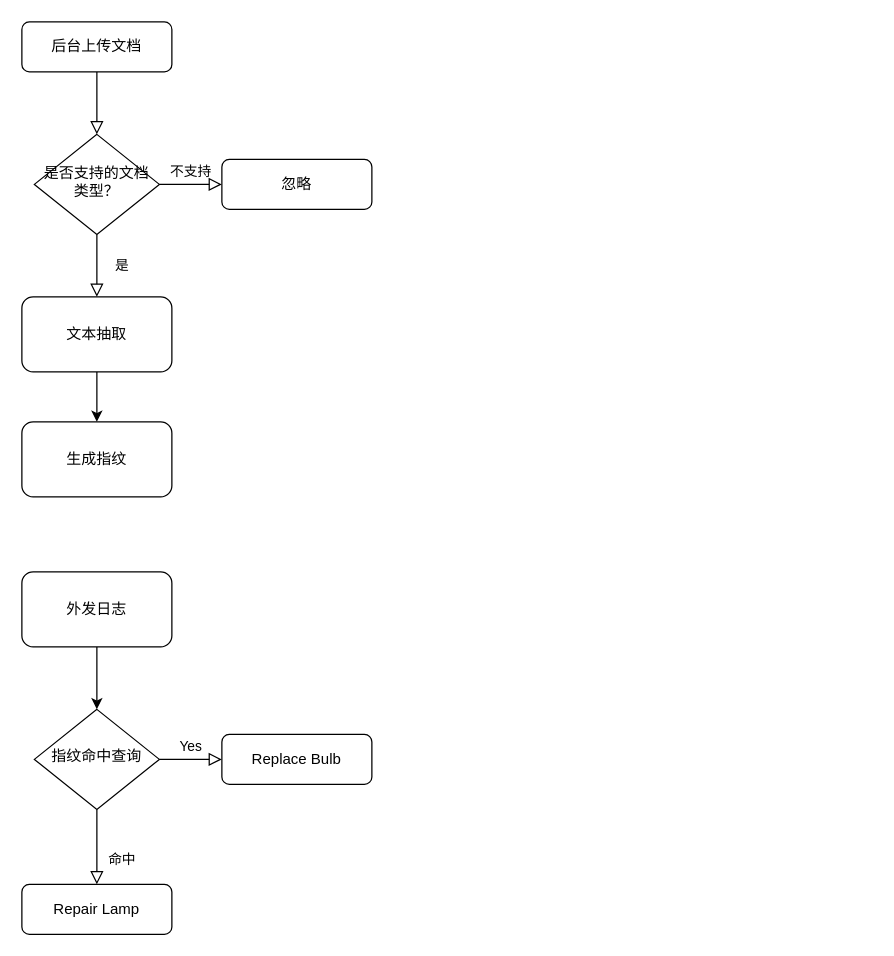
This is 文档指纹.drawio from luxiao/drawio, a draw.io file, before an edit. Source tidied: cells renumbered, new cells numbered last; positions are measured from the earlier drawing's top-left corner, leaving out a move shared by most shapes. Both pictures are drawn from the tidied source at 125%, with x=0, y=0 at pixel (21, 21).
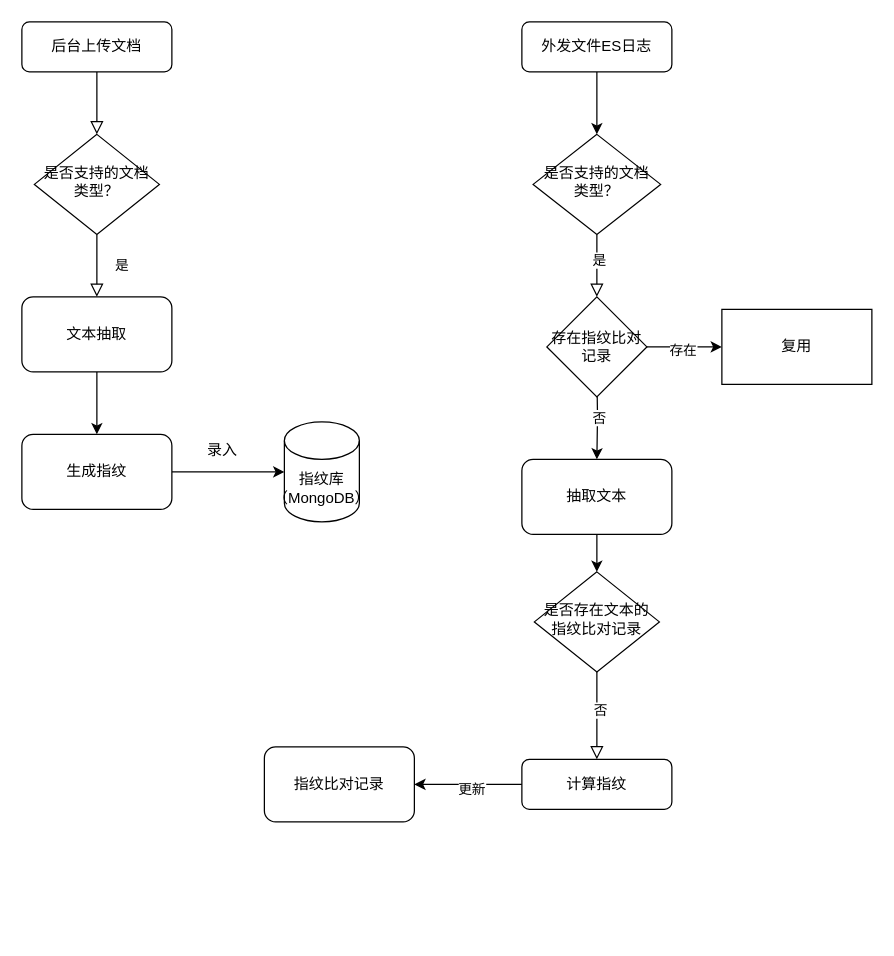
After the change.

Commit message:
更新文档指纹.drawio

The change refers to these unchanged cells:
```xml
<mxCell id="6" value="是否支持的文档类型？" style="rhombus;whiteSpace=wrap;html=1;shadow=0;fontFamily=Helvetica;fontSize=12;align=center;strokeWidth=1;spacing=6;spacingTop=-4;" parent="1" vertex="1">
  <mxGeometry x="10" y="90" width="100" height="80" as="geometry" />
</mxCell>
```

Change to the diagram source:
```diff
@@
-    <mxCell id="5" value="不支持" style="edgeStyle=orthogonalEdgeStyle;rounded=0;html=1;jettySize=auto;fontSize=11;endArrow=block;endFill=0;endSize=8;strokeWidth=1;shadow=0;labelBackgroundColor=none;" parent="1" edge="1" source="6" target="7">
-      <mxGeometry y="10" relative="1" as="geometry" />
-    </mxCell>
@@
-    <mxCell id="7" value="忽略" style="rounded=1;whiteSpace=wrap;html=1;fontSize=12;glass=0;strokeWidth=1;shadow=0;" parent="1" vertex="1">
-      <mxGeometry x="160" y="110" width="120" height="40" as="geometry" />
-    </mxCell>
-    <mxCell id="8" value="命中" style="rounded=0;html=1;jettySize=auto;fontSize=11;endArrow=block;endFill=0;endSize=8;strokeWidth=1;shadow=0;labelBackgroundColor=none;edgeStyle=orthogonalEdgeStyle;" parent="1" edge="1" source="10" target="11">
-      <mxGeometry x="0.33" y="20" relative="1" as="geometry" />
+    <mxCell id="8" style="rounded=0;html=1;jettySize=auto;fontSize=11;endArrow=block;endFill=0;endSize=8;strokeWidth=1;shadow=0;labelBackgroundColor=none;edgeStyle=orthogonalEdgeStyle;" parent="1" edge="1" source="10" target="11">
+      <mxGeometry x="0.34" y="20" relative="1" as="geometry" />
     </mxCell>
-    <mxCell id="9" value="Yes" style="edgeStyle=orthogonalEdgeStyle;rounded=0;html=1;jettySize=auto;fontSize=11;endArrow=block;endFill=0;endSize=8;strokeWidth=1;shadow=0;labelBackgroundColor=none;" parent="1" edge="1" source="10" target="12">
-      <mxGeometry y="10" relative="1" as="geometry" />
-    </mxCell>
+    <mxCell id="18" value="否" style="edgeLabel;html=1;align=center;verticalAlign=middle;" parent="8" vertex="1">
+      <mxGeometry x="-0.49" y="2" relative="1" as="geometry">
+        <mxPoint y="12" as="offset" />
+      </mxGeometry>
+    </mxCell>
-    <mxCell id="10" value="指纹命中查询" style="rhombus;whiteSpace=wrap;html=1;shadow=0;fontFamily=Helvetica;fontSize=12;align=center;strokeWidth=1;spacing=6;spacingTop=-4;" parent="1" vertex="1">
-      <mxGeometry x="10" y="550" width="100" height="80" as="geometry" />
+    <mxCell id="10" value="是否存在文本的指纹比对记录" style="rhombus;whiteSpace=wrap;html=1;shadow=0;fontFamily=Helvetica;fontSize=12;align=center;strokeWidth=1;spacing=6;spacingTop=-4;" parent="1" vertex="1">
+      <mxGeometry x="410" y="440" width="100" height="80" as="geometry" />
     </mxCell>
-    <mxCell id="11" value="Repair Lamp" style="rounded=1;whiteSpace=wrap;html=1;fontSize=12;glass=0;strokeWidth=1;shadow=0;" parent="1" vertex="1">
-      <mxGeometry y="690" width="120" height="40" as="geometry" />
+    <mxCell id="11" value="计算指纹" style="rounded=1;whiteSpace=wrap;html=1;fontSize=12;glass=0;strokeWidth=1;shadow=0;" parent="1" vertex="1">
+      <mxGeometry x="400" y="590" width="120" height="40" as="geometry" />
     </mxCell>
-    <mxCell id="12" value="Replace Bulb" style="rounded=1;whiteSpace=wrap;html=1;fontSize=12;glass=0;strokeWidth=1;shadow=0;" parent="1" vertex="1">
-      <mxGeometry x="160" y="570" width="120" height="40" as="geometry" />
-    </mxCell>
@@
+    <mxCell id="19" style="edgeStyle=orthogonalEdgeStyle;rounded=0;jettySize=auto;html=1;" parent="1" edge="1" source="15" target="23">
+      <mxGeometry relative="1" as="geometry" />
+    </mxCell>
+    <mxCell id="20" style="edgeStyle=orthogonalEdgeStyle;rounded=0;jettySize=auto;html=1;exitX=0;exitY=0.5;exitDx=0;exitDy=0;" parent="1" edge="1" source="11" target="35">
+      <mxGeometry relative="1" as="geometry" />
+    </mxCell>
+    <mxCell id="21" value="更新" style="edgeLabel;html=1;align=center;verticalAlign=middle;" parent="20" vertex="1">
+      <mxGeometry x="-0.05" y="3" relative="1" as="geometry" />
+    </mxCell>
     <mxCell id="15" value="生成指纹" style="rounded=1;whiteSpace=wrap;html=1;" parent="1" vertex="1">
-      <mxGeometry y="320" width="120" height="60" as="geometry" />
+      <mxGeometry y="330" width="120" height="60" as="geometry" />
     </mxCell>
-    <mxCell id="16" style="edgeStyle=orthogonalEdgeStyle;rounded=0;jettySize=auto;html=1;" parent="1" edge="1" source="17" target="10">
-      <mxGeometry relative="1" as="geometry" />
-    </mxCell>
+    <mxCell id="22" style="edgeStyle=orthogonalEdgeStyle;rounded=0;jettySize=auto;html=1;" parent="1" edge="1" source="17" target="26">
+      <mxGeometry relative="1" as="geometry" />
+    </mxCell>
-    <mxCell id="17" value="外发日志" style="rounded=1;whiteSpace=wrap;html=1;" parent="1" vertex="1">
-      <mxGeometry y="440" width="120" height="60" as="geometry" />
+    <mxCell id="17" value="外发文件ES日志" style="rounded=1;whiteSpace=wrap;html=1;" parent="1" vertex="1">
+      <mxGeometry x="400" width="120" height="40" as="geometry" />
     </mxCell>
+    <mxCell id="23" value="指纹库（MongoDB）" style="shape=cylinder3;whiteSpace=wrap;html=1;boundedLbl=1;backgroundOutline=1;size=15;" parent="1" vertex="1">
+      <mxGeometry x="210" y="320" width="60" height="80" as="geometry" />
+    </mxCell>
+    <mxCell id="24" style="rounded=0;html=1;jettySize=auto;fontSize=11;endArrow=block;endFill=0;endSize=8;strokeWidth=1;shadow=0;labelBackgroundColor=none;edgeStyle=orthogonalEdgeStyle;entryX=0.5;entryY=0;entryDx=0;entryDy=0;" parent="1" edge="1" source="26">
+      <mxGeometry y="20" relative="1" as="geometry">
+        <mxPoint x="460" y="220" as="targetPoint" />
+      </mxGeometry>
+    </mxCell>
+    <mxCell id="25" value="是" style="edgeLabel;html=1;align=center;verticalAlign=middle;" parent="24" vertex="1">
+      <mxGeometry x="-0.21" y="1" relative="1" as="geometry" />
+    </mxCell>
+    <mxCell id="26" value="是否支持的文档类型？" style="rhombus;whiteSpace=wrap;html=1;shadow=0;fontFamily=Helvetica;fontSize=12;align=center;strokeWidth=1;spacing=6;spacingTop=-4;" parent="1" vertex="1">
+      <mxGeometry x="409" y="90" width="102" height="80" as="geometry" />
+    </mxCell>
+    <mxCell id="27" style="edgeStyle=orthogonalEdgeStyle;rounded=0;jettySize=auto;html=1;" parent="1" edge="1" target="30">
+      <mxGeometry relative="1" as="geometry">
+        <mxPoint x="460" y="280" as="sourcePoint" />
+      </mxGeometry>
+    </mxCell>
+    <mxCell id="28" value="否" style="edgeLabel;html=1;align=center;verticalAlign=middle;" parent="27" vertex="1">
+      <mxGeometry x="0.06" y="1" relative="1" as="geometry" />
+    </mxCell>
+    <mxCell id="29" style="edgeStyle=orthogonalEdgeStyle;rounded=0;jettySize=auto;html=1;" parent="1" edge="1" source="30" target="10">
+      <mxGeometry relative="1" as="geometry" />
+    </mxCell>
+    <mxCell id="30" value="抽取文本" style="rounded=1;whiteSpace=wrap;html=1;" parent="1" vertex="1">
+      <mxGeometry x="400" y="350" width="120" height="60" as="geometry" />
+    </mxCell>
+    <mxCell id="31" value="录入" style="text;html=1;align=center;verticalAlign=middle;strokeColor=none;fillColor=none;" parent="1" vertex="1">
+      <mxGeometry x="135" y="328" width="50" height="30" as="geometry" />
+    </mxCell>
+    <mxCell id="32" style="edgeStyle=orthogonalEdgeStyle;rounded=0;jettySize=auto;html=1;" parent="1" edge="1" source="34" target="36">
+      <mxGeometry relative="1" as="geometry" />
+    </mxCell>
+    <mxCell id="33" value="存在" style="edgeLabel;html=1;align=center;verticalAlign=middle;" parent="32" vertex="1">
+      <mxGeometry x="-0.07" y="-2" relative="1" as="geometry" />
+    </mxCell>
+    <mxCell id="34" value="存在指纹比对记录" style="rhombus;whiteSpace=wrap;html=1;" parent="1" vertex="1">
+      <mxGeometry x="420" y="220" width="80" height="80" as="geometry" />
+    </mxCell>
+    <mxCell id="35" value="指纹比对记录" style="rounded=1;whiteSpace=wrap;html=1;" parent="1" vertex="1">
+      <mxGeometry x="194" y="580" width="120" height="60" as="geometry" />
+    </mxCell>
+    <mxCell id="36" value="复用" style="whiteSpace=wrap;html=1;" parent="1" vertex="1">
+      <mxGeometry x="560" y="230" width="120" height="60" as="geometry" />
+    </mxCell>
```
